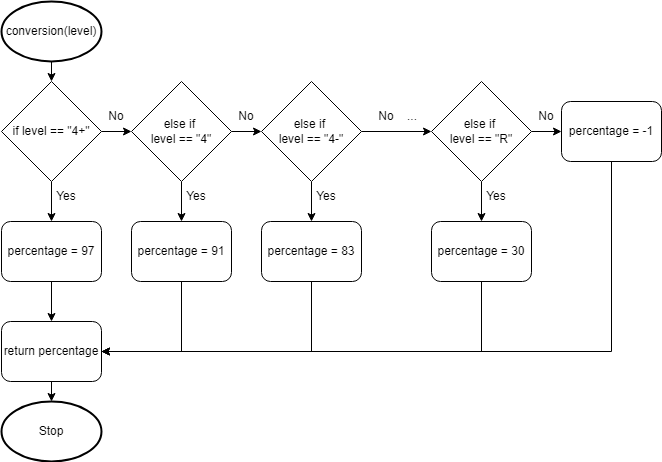
Earlier version of the draw.io export drawio/flowchart.png (Aidan-Lalonde-Novales/ICS3U-Unit5-03-Python). Source tidied: cells renumbered, new cells last; positions are measured from the earlier drawing's top-left corner, leaving out a move shared by most shapes. The source it was exported from:
```xml
<mxGraphModel>
  <root>
    <mxCell id="0" />
    <mxCell id="1" parent="0" />
    <mxCell id="2" style="edgeStyle=none;html=1;exitX=0.5;exitY=1;exitDx=0;exitDy=0;exitPerimeter=0;entryX=0.5;entryY=0;entryDx=0;entryDy=0;" parent="1" edge="1" source="3" target="7">
      <mxGeometry relative="1" as="geometry" />
    </mxCell>
    <mxCell id="3" value="conversion(level)" style="strokeWidth=2;html=1;shape=mxgraph.flowchart.start_1;whiteSpace=wrap;" parent="1" vertex="1">
      <mxGeometry width="100" height="60" as="geometry" />
    </mxCell>
    <mxCell id="4" value="Stop" style="strokeWidth=2;html=1;shape=mxgraph.flowchart.start_1;whiteSpace=wrap;" parent="1" vertex="1">
      <mxGeometry y="400" width="100" height="60" as="geometry" />
    </mxCell>
    <mxCell id="5" style="edgeStyle=none;html=1;exitX=1;exitY=0.5;exitDx=0;exitDy=0;entryX=0;entryY=0.5;entryDx=0;entryDy=0;" parent="1" edge="1" source="7" target="12">
      <mxGeometry relative="1" as="geometry" />
    </mxCell>
    <mxCell id="6" style="edgeStyle=none;html=1;exitX=0.5;exitY=1;exitDx=0;exitDy=0;entryX=0.5;entryY=0;entryDx=0;entryDy=0;" parent="1" edge="1" source="7" target="18">
      <mxGeometry relative="1" as="geometry" />
    </mxCell>
    <mxCell id="7" value="if level == &quot;4+&quot;" style="rhombus;whiteSpace=wrap;html=1;" parent="1" vertex="1">
      <mxGeometry y="80" width="100" height="100" as="geometry" />
    </mxCell>
    <mxCell id="8" value="Yes" style="text;html=1;strokeColor=none;fillColor=none;align=center;verticalAlign=middle;whiteSpace=wrap;rounded=0;" parent="1" vertex="1">
      <mxGeometry x="50" y="180" width="30" height="30" as="geometry" />
    </mxCell>
    <mxCell id="9" value="No" style="text;html=1;strokeColor=none;fillColor=none;align=center;verticalAlign=middle;whiteSpace=wrap;rounded=0;" parent="1" vertex="1">
      <mxGeometry x="100" y="100" width="30" height="30" as="geometry" />
    </mxCell>
    <mxCell id="10" style="edgeStyle=none;html=1;exitX=1;exitY=0.5;exitDx=0;exitDy=0;entryX=0;entryY=0.5;entryDx=0;entryDy=0;" parent="1" edge="1" source="12" target="15">
      <mxGeometry relative="1" as="geometry" />
    </mxCell>
    <mxCell id="11" style="edgeStyle=none;html=1;exitX=0.5;exitY=1;exitDx=0;exitDy=0;entryX=0.5;entryY=0;entryDx=0;entryDy=0;" parent="1" edge="1" source="12" target="20">
      <mxGeometry relative="1" as="geometry" />
    </mxCell>
    <mxCell id="12" value="else if &lt;br&gt;level == &quot;4&quot;" style="rhombus;whiteSpace=wrap;html=1;" parent="1" vertex="1">
      <mxGeometry x="130" y="80" width="100" height="100" as="geometry" />
    </mxCell>
    <mxCell id="13" style="edgeStyle=none;html=1;exitX=1;exitY=0.5;exitDx=0;exitDy=0;entryX=0;entryY=0.5;entryDx=0;entryDy=0;" parent="1" edge="1" source="15" target="28">
      <mxGeometry relative="1" as="geometry" />
    </mxCell>
    <mxCell id="14" style="edgeStyle=none;html=1;exitX=0.5;exitY=1;exitDx=0;exitDy=0;entryX=0.5;entryY=0;entryDx=0;entryDy=0;" parent="1" edge="1" source="15" target="24">
      <mxGeometry relative="1" as="geometry" />
    </mxCell>
    <mxCell id="15" value="else if &lt;br&gt;level == &quot;4-&quot;" style="rhombus;whiteSpace=wrap;html=1;" parent="1" vertex="1">
      <mxGeometry x="260" y="80" width="100" height="100" as="geometry" />
    </mxCell>
    <mxCell id="16" value="No" style="text;html=1;strokeColor=none;fillColor=none;align=center;verticalAlign=middle;whiteSpace=wrap;rounded=0;" parent="1" vertex="1">
      <mxGeometry x="230" y="100" width="30" height="30" as="geometry" />
    </mxCell>
    <mxCell id="17" style="edgeStyle=none;html=1;exitX=0.5;exitY=1;exitDx=0;exitDy=0;entryX=0.5;entryY=0;entryDx=0;entryDy=0;" parent="1" edge="1" source="18" target="33">
      <mxGeometry relative="1" as="geometry" />
    </mxCell>
    <mxCell id="18" value="percentage = 97" style="rounded=1;whiteSpace=wrap;html=1;" parent="1" vertex="1">
      <mxGeometry y="220" width="100" height="60" as="geometry" />
    </mxCell>
    <mxCell id="19" style="edgeStyle=none;html=1;exitX=0.5;exitY=1;exitDx=0;exitDy=0;entryX=1;entryY=0.5;entryDx=0;entryDy=0;rounded=0;" parent="1" edge="1" source="20" target="33">
      <mxGeometry relative="1" as="geometry">
        <Array as="points">
          <mxPoint x="180" y="350" />
        </Array>
      </mxGeometry>
    </mxCell>
    <mxCell id="20" value="percentage = 91" style="rounded=1;whiteSpace=wrap;html=1;" parent="1" vertex="1">
      <mxGeometry x="130" y="220" width="100" height="60" as="geometry" />
    </mxCell>
    <mxCell id="21" value="&amp;nbsp;No&amp;nbsp; &amp;nbsp; ..." style="text;html=1;strokeColor=none;fillColor=none;align=center;verticalAlign=middle;whiteSpace=wrap;rounded=0;" parent="1" vertex="1">
      <mxGeometry x="360" y="100" width="70" height="30" as="geometry" />
    </mxCell>
    <mxCell id="22" value="Yes" style="text;html=1;strokeColor=none;fillColor=none;align=center;verticalAlign=middle;whiteSpace=wrap;rounded=0;" parent="1" vertex="1">
      <mxGeometry x="180" y="180" width="30" height="30" as="geometry" />
    </mxCell>
    <mxCell id="23" style="edgeStyle=none;rounded=0;html=1;exitX=0.5;exitY=1;exitDx=0;exitDy=0;" parent="1" edge="1" source="24">
      <mxGeometry relative="1" as="geometry">
        <mxPoint x="90" y="350" as="targetPoint" />
        <Array as="points">
          <mxPoint x="310" y="350" />
        </Array>
      </mxGeometry>
    </mxCell>
    <mxCell id="24" value="percentage = 83" style="rounded=1;whiteSpace=wrap;html=1;" parent="1" vertex="1">
      <mxGeometry x="260" y="220" width="100" height="60" as="geometry" />
    </mxCell>
    <mxCell id="25" value="Yes" style="text;html=1;strokeColor=none;fillColor=none;align=center;verticalAlign=middle;whiteSpace=wrap;rounded=0;" parent="1" vertex="1">
      <mxGeometry x="310" y="180" width="30" height="30" as="geometry" />
    </mxCell>
    <mxCell id="26" style="edgeStyle=none;html=1;exitX=0.5;exitY=1;exitDx=0;exitDy=0;entryX=0.5;entryY=0;entryDx=0;entryDy=0;" parent="1" edge="1" source="28" target="30">
      <mxGeometry relative="1" as="geometry" />
    </mxCell>
    <mxCell id="27" style="edgeStyle=none;rounded=0;html=1;exitX=1;exitY=0.5;exitDx=0;exitDy=0;entryX=0;entryY=0.5;entryDx=0;entryDy=0;" parent="1" edge="1" source="28" target="36">
      <mxGeometry relative="1" as="geometry" />
    </mxCell>
    <mxCell id="28" value="else if &lt;br&gt;level == &quot;R&quot;" style="rhombus;whiteSpace=wrap;html=1;" parent="1" vertex="1">
      <mxGeometry x="430" y="80" width="100" height="100" as="geometry" />
    </mxCell>
    <mxCell id="29" style="edgeStyle=none;rounded=0;html=1;exitX=0.5;exitY=1;exitDx=0;exitDy=0;entryX=1;entryY=0.5;entryDx=0;entryDy=0;" parent="1" edge="1" source="30" target="33">
      <mxGeometry relative="1" as="geometry">
        <Array as="points">
          <mxPoint x="480" y="350" />
        </Array>
      </mxGeometry>
    </mxCell>
    <mxCell id="30" value="percentage = 30" style="rounded=1;whiteSpace=wrap;html=1;" parent="1" vertex="1">
      <mxGeometry x="430" y="220" width="100" height="60" as="geometry" />
    </mxCell>
    <mxCell id="31" value="Yes" style="text;html=1;strokeColor=none;fillColor=none;align=center;verticalAlign=middle;whiteSpace=wrap;rounded=0;" parent="1" vertex="1">
      <mxGeometry x="480" y="180" width="30" height="30" as="geometry" />
    </mxCell>
    <mxCell id="32" style="edgeStyle=none;html=1;exitX=0.5;exitY=1;exitDx=0;exitDy=0;entryX=0.5;entryY=0;entryDx=0;entryDy=0;entryPerimeter=0;" parent="1" edge="1" source="33" target="4">
      <mxGeometry relative="1" as="geometry" />
    </mxCell>
    <mxCell id="33" value="return percentage" style="rounded=1;whiteSpace=wrap;html=1;" parent="1" vertex="1">
      <mxGeometry y="320" width="100" height="60" as="geometry" />
    </mxCell>
    <mxCell id="34" value="No" style="text;html=1;strokeColor=none;fillColor=none;align=center;verticalAlign=middle;whiteSpace=wrap;rounded=0;" parent="1" vertex="1">
      <mxGeometry x="530" y="100" width="30" height="30" as="geometry" />
    </mxCell>
    <mxCell id="35" style="edgeStyle=none;rounded=0;html=1;exitX=0.5;exitY=1;exitDx=0;exitDy=0;entryX=1;entryY=0.5;entryDx=0;entryDy=0;" parent="1" edge="1" source="36" target="33">
      <mxGeometry relative="1" as="geometry">
        <Array as="points">
          <mxPoint x="610" y="350" />
        </Array>
      </mxGeometry>
    </mxCell>
    <mxCell id="36" value="percentage = -1" style="rounded=1;whiteSpace=wrap;html=1;" parent="1" vertex="1">
      <mxGeometry x="560" y="100" width="100" height="60" as="geometry" />
    </mxCell>
  </root>
</mxGraphModel>
```
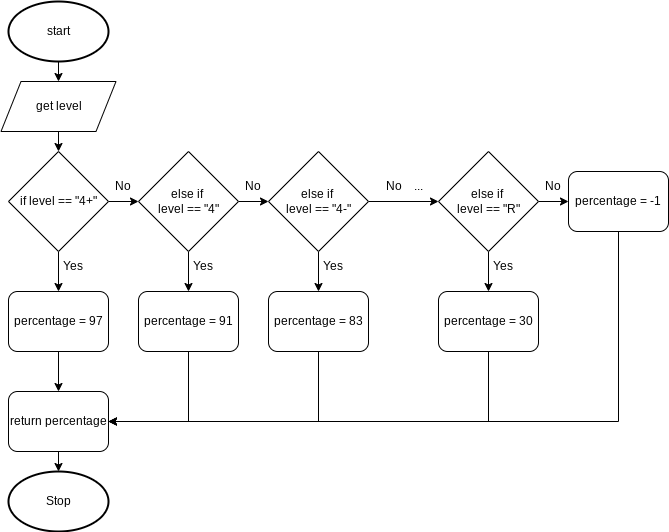
After the commit.

Commit message:
RODAS IS MY OPP.

The edit, as a diff of the source:
```diff
@@ -2,11 +2,11 @@
   <root>
     <mxCell id="0" />
     <mxCell id="1" parent="0" />
-    <mxCell id="2" style="edgeStyle=none;html=1;exitX=0.5;exitY=1;exitDx=0;exitDy=0;exitPerimeter=0;entryX=0.5;entryY=0;entryDx=0;entryDy=0;" parent="1" edge="1" source="3" target="7">
-      <mxGeometry relative="1" as="geometry" />
-    </mxCell>
+    <mxCell id="37" style="edgeStyle=none;html=1;exitX=0.5;exitY=1;exitDx=0;exitDy=0;exitPerimeter=0;entryX=0.5;entryY=0;entryDx=0;entryDy=0;" parent="1" edge="1" source="3" target="39">
+      <mxGeometry relative="1" as="geometry" />
+    </mxCell>
-    <mxCell id="3" value="conversion(level)" style="strokeWidth=2;html=1;shape=mxgraph.flowchart.start_1;whiteSpace=wrap;" parent="1" vertex="1">
-      <mxGeometry width="100" height="60" as="geometry" />
+    <mxCell id="3" value="start" style="strokeWidth=2;html=1;shape=mxgraph.flowchart.start_1;whiteSpace=wrap;" parent="1" vertex="1">
+      <mxGeometry y="-70" width="100" height="60" as="geometry" />
     </mxCell>
     <mxCell id="4" value="Stop" style="strokeWidth=2;html=1;shape=mxgraph.flowchart.start_1;whiteSpace=wrap;" parent="1" vertex="1">
       <mxGeometry y="400" width="100" height="60" as="geometry" />
@@ -124,5 +124,11 @@
     <mxCell id="36" value="percentage = -1" style="rounded=1;whiteSpace=wrap;html=1;" parent="1" vertex="1">
       <mxGeometry x="560" y="100" width="100" height="60" as="geometry" />
     </mxCell>
+    <mxCell id="38" style="edgeStyle=none;html=1;exitX=0.5;exitY=1;exitDx=0;exitDy=0;entryX=0.5;entryY=0;entryDx=0;entryDy=0;" parent="1" edge="1" source="39" target="7">
+      <mxGeometry relative="1" as="geometry" />
+    </mxCell>
+    <mxCell id="39" value="get level" style="shape=parallelogram;perimeter=parallelogramPerimeter;whiteSpace=wrap;html=1;fixedSize=1;" parent="1" vertex="1">
+      <mxGeometry x="-7.5" y="10" width="115" height="50" as="geometry" />
+    </mxCell>
   </root>
 </mxGraphModel>
```
